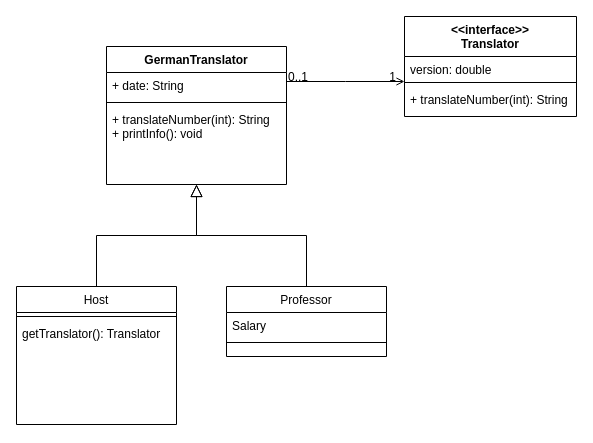
ItsMePaiinZ/se1_hbrs_ph_fl keeps this draw.io diagram as Unbenanntes Diagramm.drawio. Above is the earlier version. Source tidied: cells renumbered, new cells numbered last; positions are measured from the earlier drawing's top-left corner, leaving out a move shared by most shapes. Both pictures are drawn from the tidied source at 100%, with x=0, y=0 at pixel (16, 16).
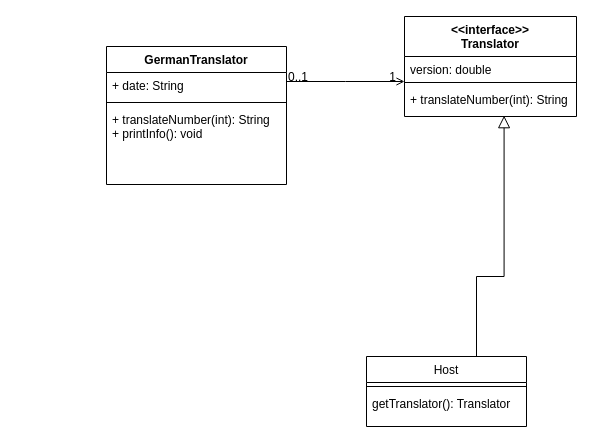
The same page after the edit.

Commit message (it also covers changes not shown here):
UML Klassendiagramm

The change refers to these unchanged cells:
```xml
<mxCell id="5" value="+ translateNumber(int): String" style="text;align=left;verticalAlign=top;spacingLeft=4;spacingRight=4;overflow=hidden;points=[[0,0.5],[1,0.5]];portConstraint=eastwest;" parent="2" vertex="1">
  <mxGeometry y="70" width="172" height="26" as="geometry" />
</mxCell>
<mxCell id="6" value="GermanTranslator" style="swimlane;fontStyle=1;align=center;verticalAlign=top;horizontal=1;startSize=26;rounded=0;shadow=0;strokeWidth=1;" parent="1" vertex="1">
  <mxGeometry x="90" y="30" width="180" height="138" as="geometry" />
</mxCell>
```

The edit, as a diff of the source:
```diff
@@
     <mxCell id="10" value="Host" style="swimlane;fontStyle=0;align=center;verticalAlign=top;horizontal=1;startSize=26;rounded=0;shadow=0;strokeWidth=1;" parent="1" vertex="1">
-      <mxGeometry y="270" width="160" height="138" as="geometry" />
+      <mxGeometry x="350" y="340" width="160" height="70" as="geometry" />
     </mxCell>
@@
-    <mxCell id="13" style="endArrow=block;endSize=10;endFill=0;shadow=0;strokeWidth=1;rounded=0;edgeStyle=elbowEdgeStyle;elbow=vertical;" parent="1" edge="1" source="10" target="6">
-      <mxGeometry relative="1" as="geometry" />
+    <mxCell id="13" style="endArrow=block;endSize=10;endFill=0;shadow=0;strokeWidth=1;rounded=0;edgeStyle=elbowEdgeStyle;elbow=vertical;entryX=0.579;entryY=1.123;entryDx=0;entryDy=0;entryPerimeter=0;" parent="1" edge="1" source="10" target="5">
+      <mxGeometry relative="1" as="geometry">
+        <Array as="points">
+          <mxPoint x="460" y="260" />
+          <mxPoint x="180" y="190" />
+        </Array>
+      </mxGeometry>
     </mxCell>
-    <mxCell id="14" value="Professor" style="swimlane;fontStyle=0;align=center;verticalAlign=top;horizontal=1;startSize=26;rounded=0;shadow=0;strokeWidth=1;" parent="1" vertex="1">
-      <mxGeometry x="210" y="270" width="160" height="70" as="geometry" />
-    </mxCell>
-    <mxCell id="15" value="Salary" style="text;align=left;verticalAlign=top;spacingLeft=4;spacingRight=4;overflow=hidden;" parent="14" vertex="1">
-      <mxGeometry y="26" width="160" height="26" as="geometry" />
-    </mxCell>
-    <mxCell id="16" style="line;html=1;strokeWidth=1;align=left;verticalAlign=middle;spacingTop=-1;spacingLeft=3;spacingRight=3;labelPosition=right;" parent="14" vertex="1">
-      <mxGeometry y="52" width="160" height="8" as="geometry" />
-    </mxCell>
-    <mxCell id="17" style="endArrow=block;endSize=10;endFill=0;shadow=0;strokeWidth=1;rounded=0;edgeStyle=elbowEdgeStyle;elbow=vertical;" parent="1" edge="1" source="14" target="6">
-      <mxGeometry relative="1" as="geometry" />
-    </mxCell>
```
